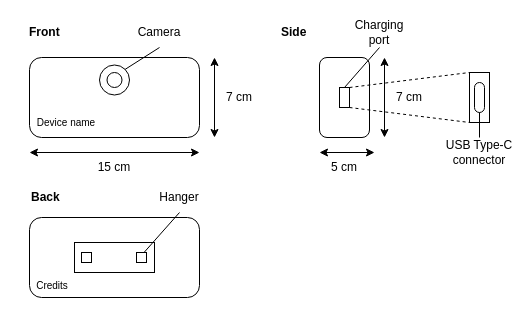
Before: Device-PBL5.drawio in lukas0173/Draw.io, a draw.io diagram. Source tidied: cells renumbered, new cells numbered last; positions are measured from the earlier drawing's top-left corner, leaving out a move shared by most shapes. Both pictures are drawn from the tidied source at 100%, with x=0, y=0 at pixel (17, 17).
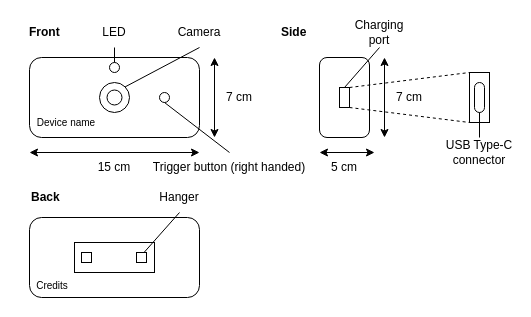
The same diagram, later.

Diff of the diagram source:
```diff
@@
     <mxCell id="4" style="ellipse;whiteSpace=wrap;html=1;" parent="1" vertex="1">
-      <mxGeometry x="82" y="47.5" width="30" height="30" as="geometry" />
+      <mxGeometry x="82" y="65" width="30" height="30" as="geometry" />
     </mxCell>
     <mxCell id="5" style="ellipse;whiteSpace=wrap;html=1;" parent="1" vertex="1">
-      <mxGeometry x="89.5" y="55" width="15" height="15" as="geometry" />
+      <mxGeometry x="89.5" y="72.5" width="15" height="15" as="geometry" />
     </mxCell>
@@
     <mxCell id="15" value="Camera" style="text;html=1;align=center;verticalAlign=middle;whiteSpace=wrap;rounded=0;" parent="1" vertex="1">
-      <mxGeometry x="112" width="60" height="30" as="geometry" />
+      <mxGeometry x="152" width="60" height="30" as="geometry" />
     </mxCell>
@@
+    <mxCell id="36" style="ellipse;whiteSpace=wrap;html=1;" parent="1" vertex="1">
+      <mxGeometry x="92" y="45" width="10" height="10" as="geometry" />
+    </mxCell>
+    <mxCell id="37" value="LED" style="text;html=1;align=center;verticalAlign=middle;whiteSpace=wrap;rounded=0;" parent="1" vertex="1">
+      <mxGeometry x="67" width="60" height="30" as="geometry" />
+    </mxCell>
+    <mxCell id="38" style="endArrow=none;html=1;rounded=0;entryX=0.5;entryY=1;entryDx=0;entryDy=0;exitX=0.5;exitY=0;exitDx=0;exitDy=0;" parent="1" edge="1" source="36" target="37">
+      <mxGeometry relative="1" as="geometry" />
+    </mxCell>
+    <mxCell id="39" style="ellipse;whiteSpace=wrap;html=1;" parent="1" vertex="1">
+      <mxGeometry x="142" y="75" width="10" height="10" as="geometry" />
+    </mxCell>
+    <mxCell id="40" value="Trigger button (right handed)" style="text;html=1;align=center;verticalAlign=middle;whiteSpace=wrap;rounded=0;" parent="1" vertex="1">
+      <mxGeometry x="132" y="135" width="160" height="30" as="geometry" />
+    </mxCell>
+    <mxCell id="41" style="endArrow=none;html=1;rounded=0;entryX=0.5;entryY=0;entryDx=0;entryDy=0;exitX=0.5;exitY=1;exitDx=0;exitDy=0;" parent="1" edge="1" source="39" target="40">
+      <mxGeometry relative="1" as="geometry" />
+    </mxCell>
```
